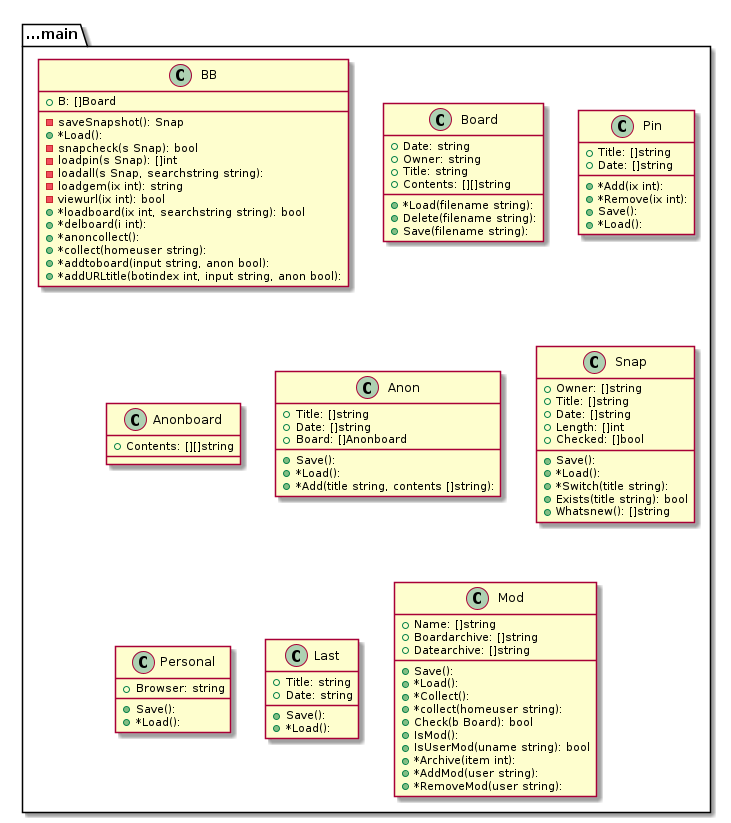
This is graph.png from tbal999/bb, a PlantUML export, as it was before one commit.
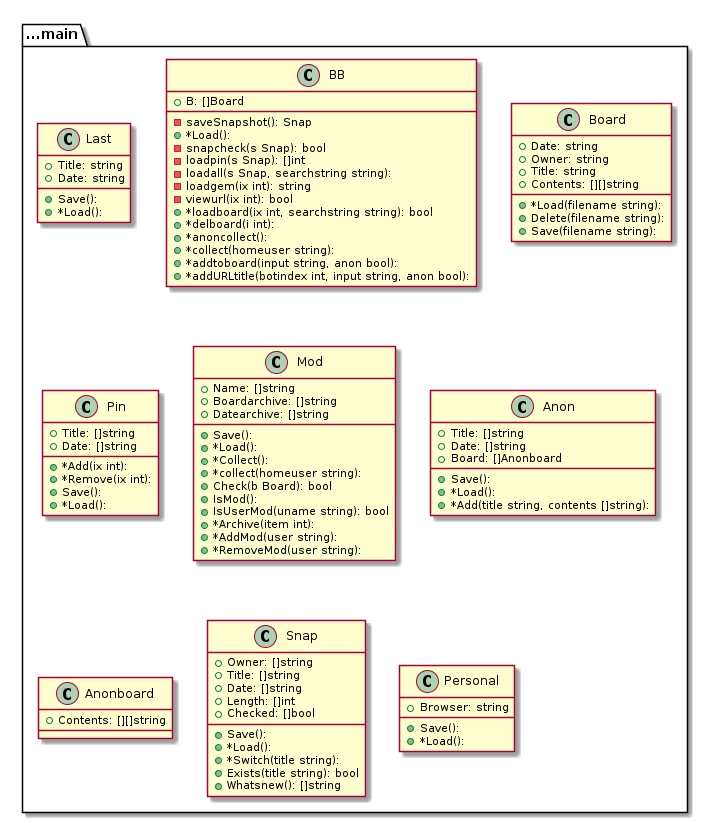
The same diagram one commit later.

What changed in the source:
```diff
@@ -1,4 +1,12 @@
 @startuml
+package ...main{
+class Last {
++Title: string
++Date: string
++Save():
++*Load():
+}
+}
 package ...main{
 class BB {
 +B: []Board
@@ -39,9 +47,20 @@
 }
 }
 package ...main{
-class Anonboard {
-+Contents: [][]string
-
+class Mod {
++Name: []string
++Boardarchive: []string
++Datearchive: []string
++Save():
++*Load():
++*Collect():
++*collect(homeuser string):
++Check(b Board): bool
++IsMod():
++IsUserMod(uname string): bool
++*Archive(item int):
++*AddMod(user string):
++*RemoveMod(user string):
 }
 }
 package ...main{
@@ -52,6 +71,12 @@
 +Save():
 +*Load():
 +*Add(title string, contents []string):
+}
+}
+package ...main{
+class Anonboard {
++Contents: [][]string
+
 }
 }
 package ...main{
@@ -75,30 +100,5 @@
 +*Load():
 }
 }
-package ...main{
-class Last {
-+Title: string
-+Date: string
-+Save():
-+*Load():
-}
-}
-package ...main{
-class Mod {
-+Name: []string
-+Boardarchive: []string
-+Datearchive: []string
-+Save():
-+*Load():
-+*Collect():
-+*collect(homeuser string):
-+Check(b Board): bool
-+IsMod():
-+IsUserMod(uname string): bool
-+*Archive(item int):
-+*AddMod(user string):
-+*RemoveMod(user string):
-}
-}
 
 @enduml
```
